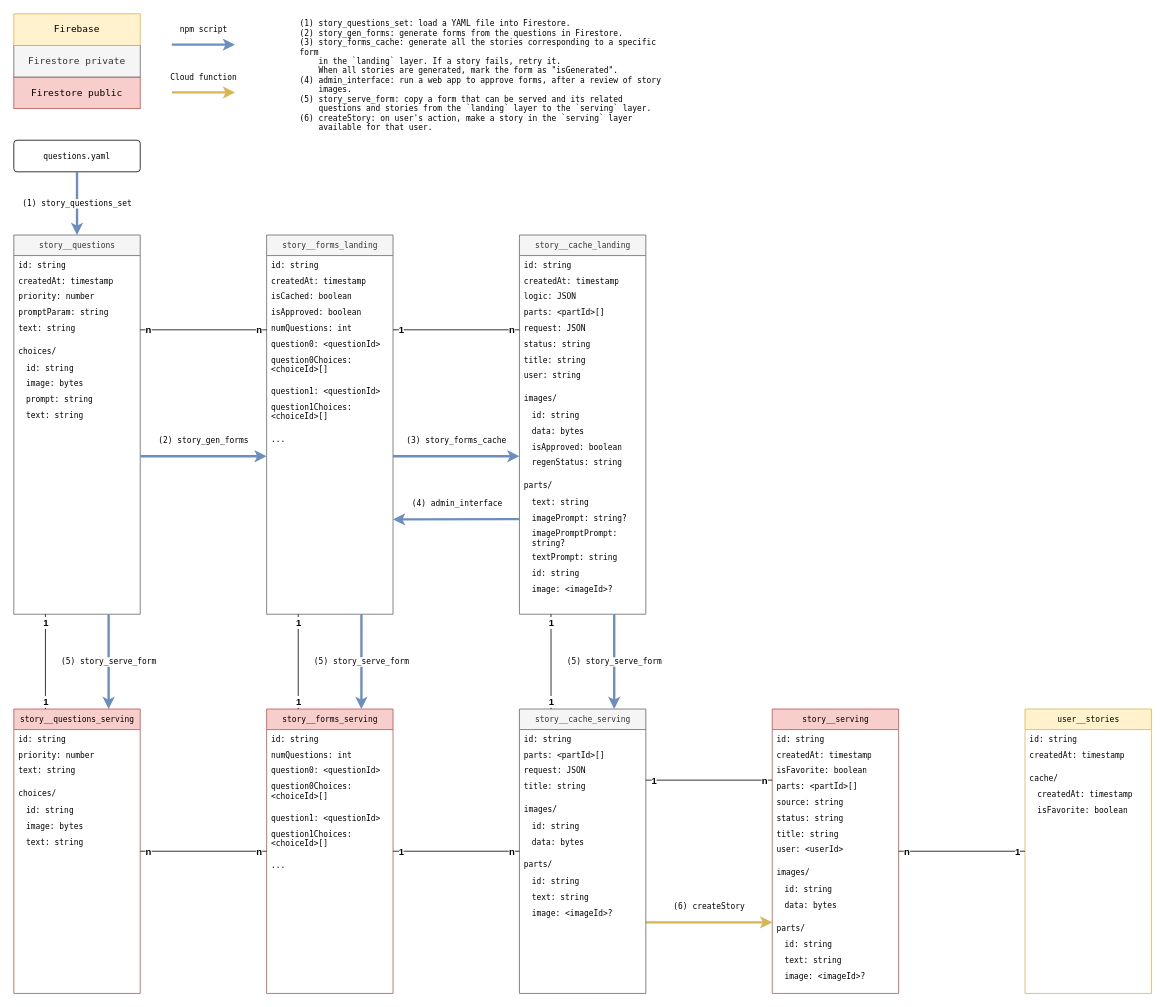
This is doc/data_flow.drawio from AceZz/bedtime-writer, a draw.io file, before an edit. Source tidied: cells renumbered, new cells numbered last; positions are measured from the earlier drawing's top-left corner, leaving out a move shared by most shapes. Both pictures are drawn from the tidied source at 79%, with x=0, y=0 at pixel (13, 13).
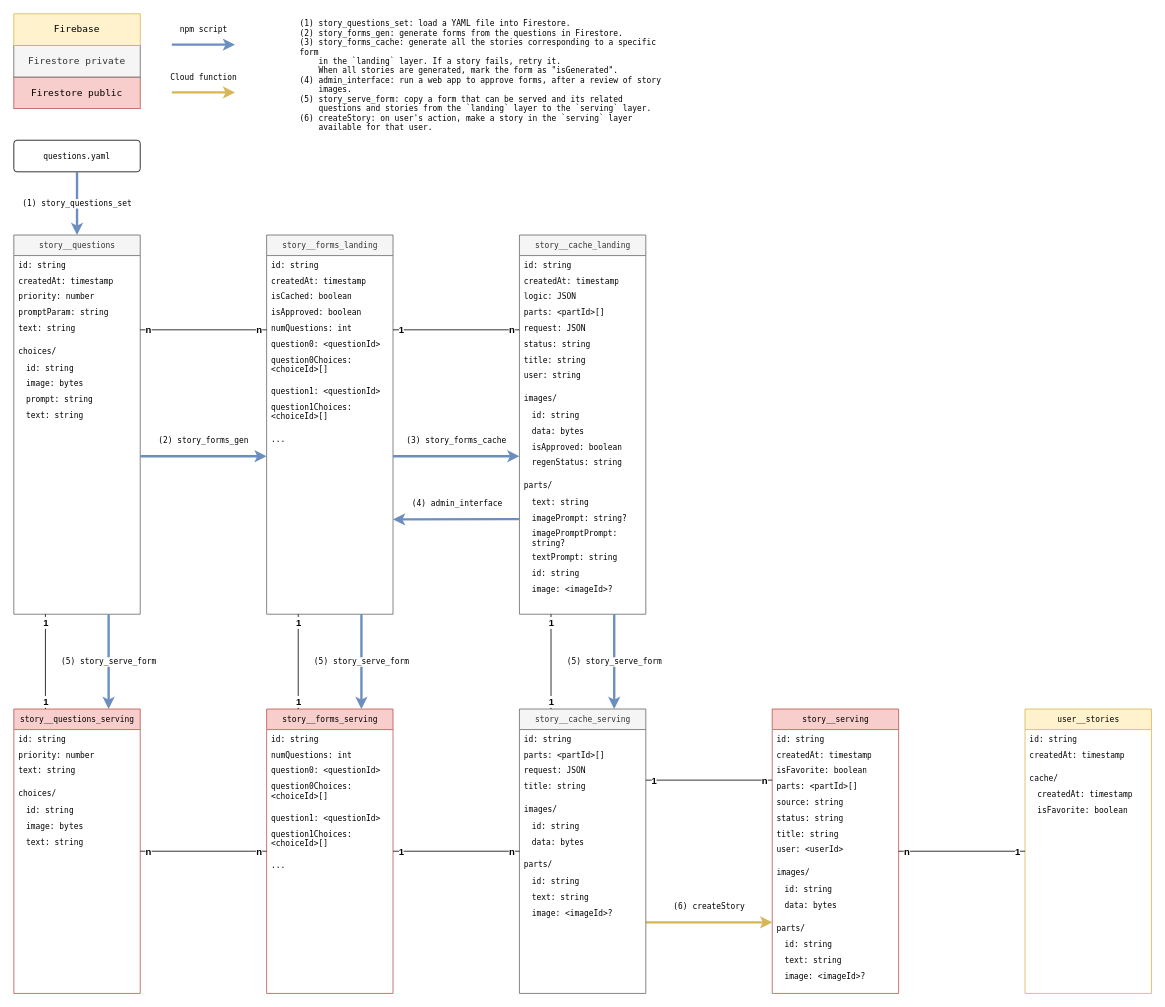
After the change.

Commit message (it also covers changes not shown here):
refactor(backend): rename story_gen_forms

Change to the diagram source:
```diff
@@
-    <mxCell id="117" value="(2) story_gen_forms" style="endArrow=classic;html=1;rounded=0;endFill=1;fontFamily=Lucida Console;fontSize=10;strokeWidth=3;fillColor=#dae8fc;strokeColor=#6c8ebf;align=center;verticalAlign=middle;exitX=1;exitY=0.75;exitDx=0;exitDy=0;entryX=0;entryY=0.75;entryDx=0;entryDy=0;" parent="1" edge="1">
+    <mxCell id="117" value="(2) story_forms_gen" style="endArrow=classic;html=1;rounded=0;endFill=1;fontFamily=Lucida Console;fontSize=10;strokeWidth=3;fillColor=#dae8fc;strokeColor=#6c8ebf;align=center;verticalAlign=middle;exitX=1;exitY=0.75;exitDx=0;exitDy=0;entryX=0;entryY=0.75;entryDx=0;entryDy=0;" parent="1" edge="1">
       <mxGeometry y="20" relative="1" as="geometry">
         <mxPoint x="160" y="560" as="sourcePoint" />
         <mxPoint x="320" y="560" as="targetPoint" />
       </mxGeometry>
     </mxCell>
@@
-    <mxCell id="127" value="(1) story_questions_set: load a YAML file into Firestore.&lt;br&gt;(2) story_gen_forms: generate forms from the questions in Firestore.&lt;br&gt;(3) story_forms_cache: generate all the stories corresponding to a specific form&lt;br&gt;&amp;nbsp; &amp;nbsp; in the `landing` layer. If a story fails, retry it.&lt;br&gt;&amp;nbsp;&amp;nbsp;&amp;nbsp; When all stories are generated, mark the form as &quot;isGenerated&quot;.&lt;br&gt;(4) admin_interface: run a web app to approve forms, after a review of story &lt;br&gt;&amp;nbsp; &amp;nbsp; images.&lt;br&gt;(5) story_serve_form: copy a form that can be served and its related&lt;br&gt;&amp;nbsp;&amp;nbsp;&amp;nbsp; questions and stories from the `landing` layer to the `serving` layer.&lt;br&gt;&lt;div&gt;(6) createStory: on user's action, make a story in the `serving` layer&lt;/div&gt;&lt;div&gt;&amp;nbsp;&amp;nbsp;&amp;nbsp; available for that user.&lt;/div&gt;" style="text;html=1;strokeColor=none;fillColor=none;align=left;verticalAlign=top;whiteSpace=wrap;rounded=0;fontFamily=Lucida Console;fontSize=10;" parent="1" vertex="1">
+    <mxCell id="127" value="(1) story_questions_set: load a YAML file into Firestore.&lt;br&gt;(2) story_forms_gen: generate forms from the questions in Firestore.&lt;br&gt;(3) story_forms_cache: generate all the stories corresponding to a specific form&lt;br&gt;&amp;nbsp; &amp;nbsp; in the `landing` layer. If a story fails, retry it.&lt;br&gt;&amp;nbsp;&amp;nbsp;&amp;nbsp; When all stories are generated, mark the form as &quot;isGenerated&quot;.&lt;br&gt;(4) admin_interface: run a web app to approve forms, after a review of story &lt;br&gt;&amp;nbsp; &amp;nbsp; images.&lt;br&gt;(5) story_serve_form: copy a form that can be served and its related&lt;br&gt;&amp;nbsp;&amp;nbsp;&amp;nbsp; questions and stories from the `landing` layer to the `serving` layer.&lt;br&gt;&lt;div&gt;(6) createStory: on user's action, make a story in the `serving` layer&lt;/div&gt;&lt;div&gt;&amp;nbsp;&amp;nbsp;&amp;nbsp; available for that user.&lt;/div&gt;" style="text;html=1;strokeColor=none;fillColor=none;align=left;verticalAlign=top;whiteSpace=wrap;rounded=0;fontFamily=Lucida Console;fontSize=10;" parent="1" vertex="1">
       <mxGeometry x="360" width="480" height="120" as="geometry" />
     </mxCell>
```
